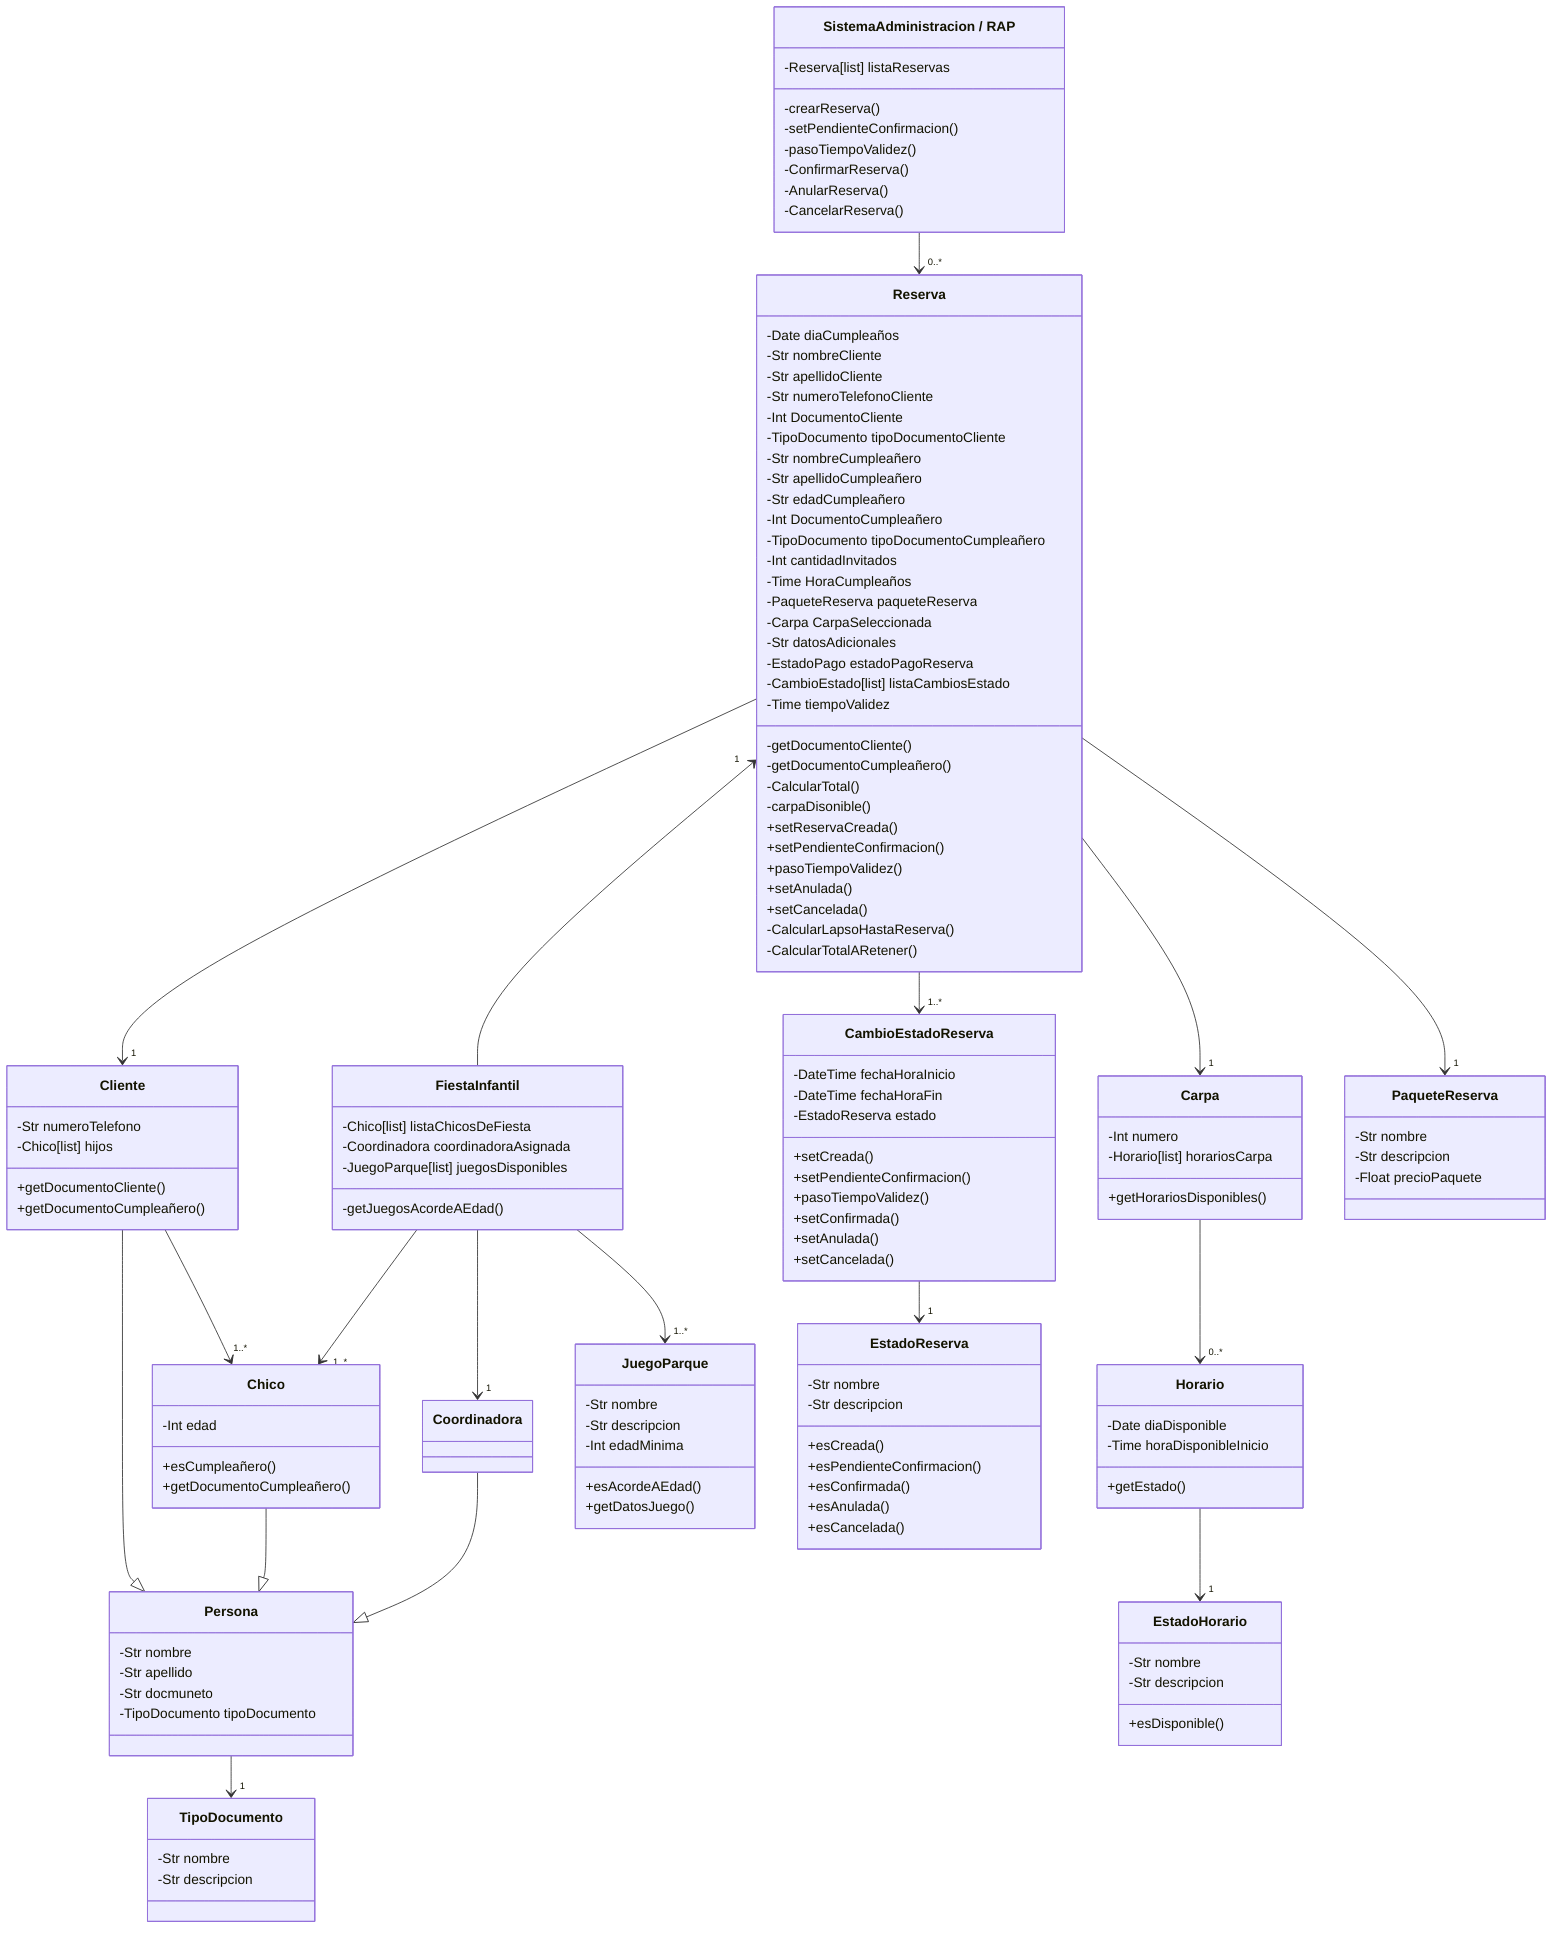
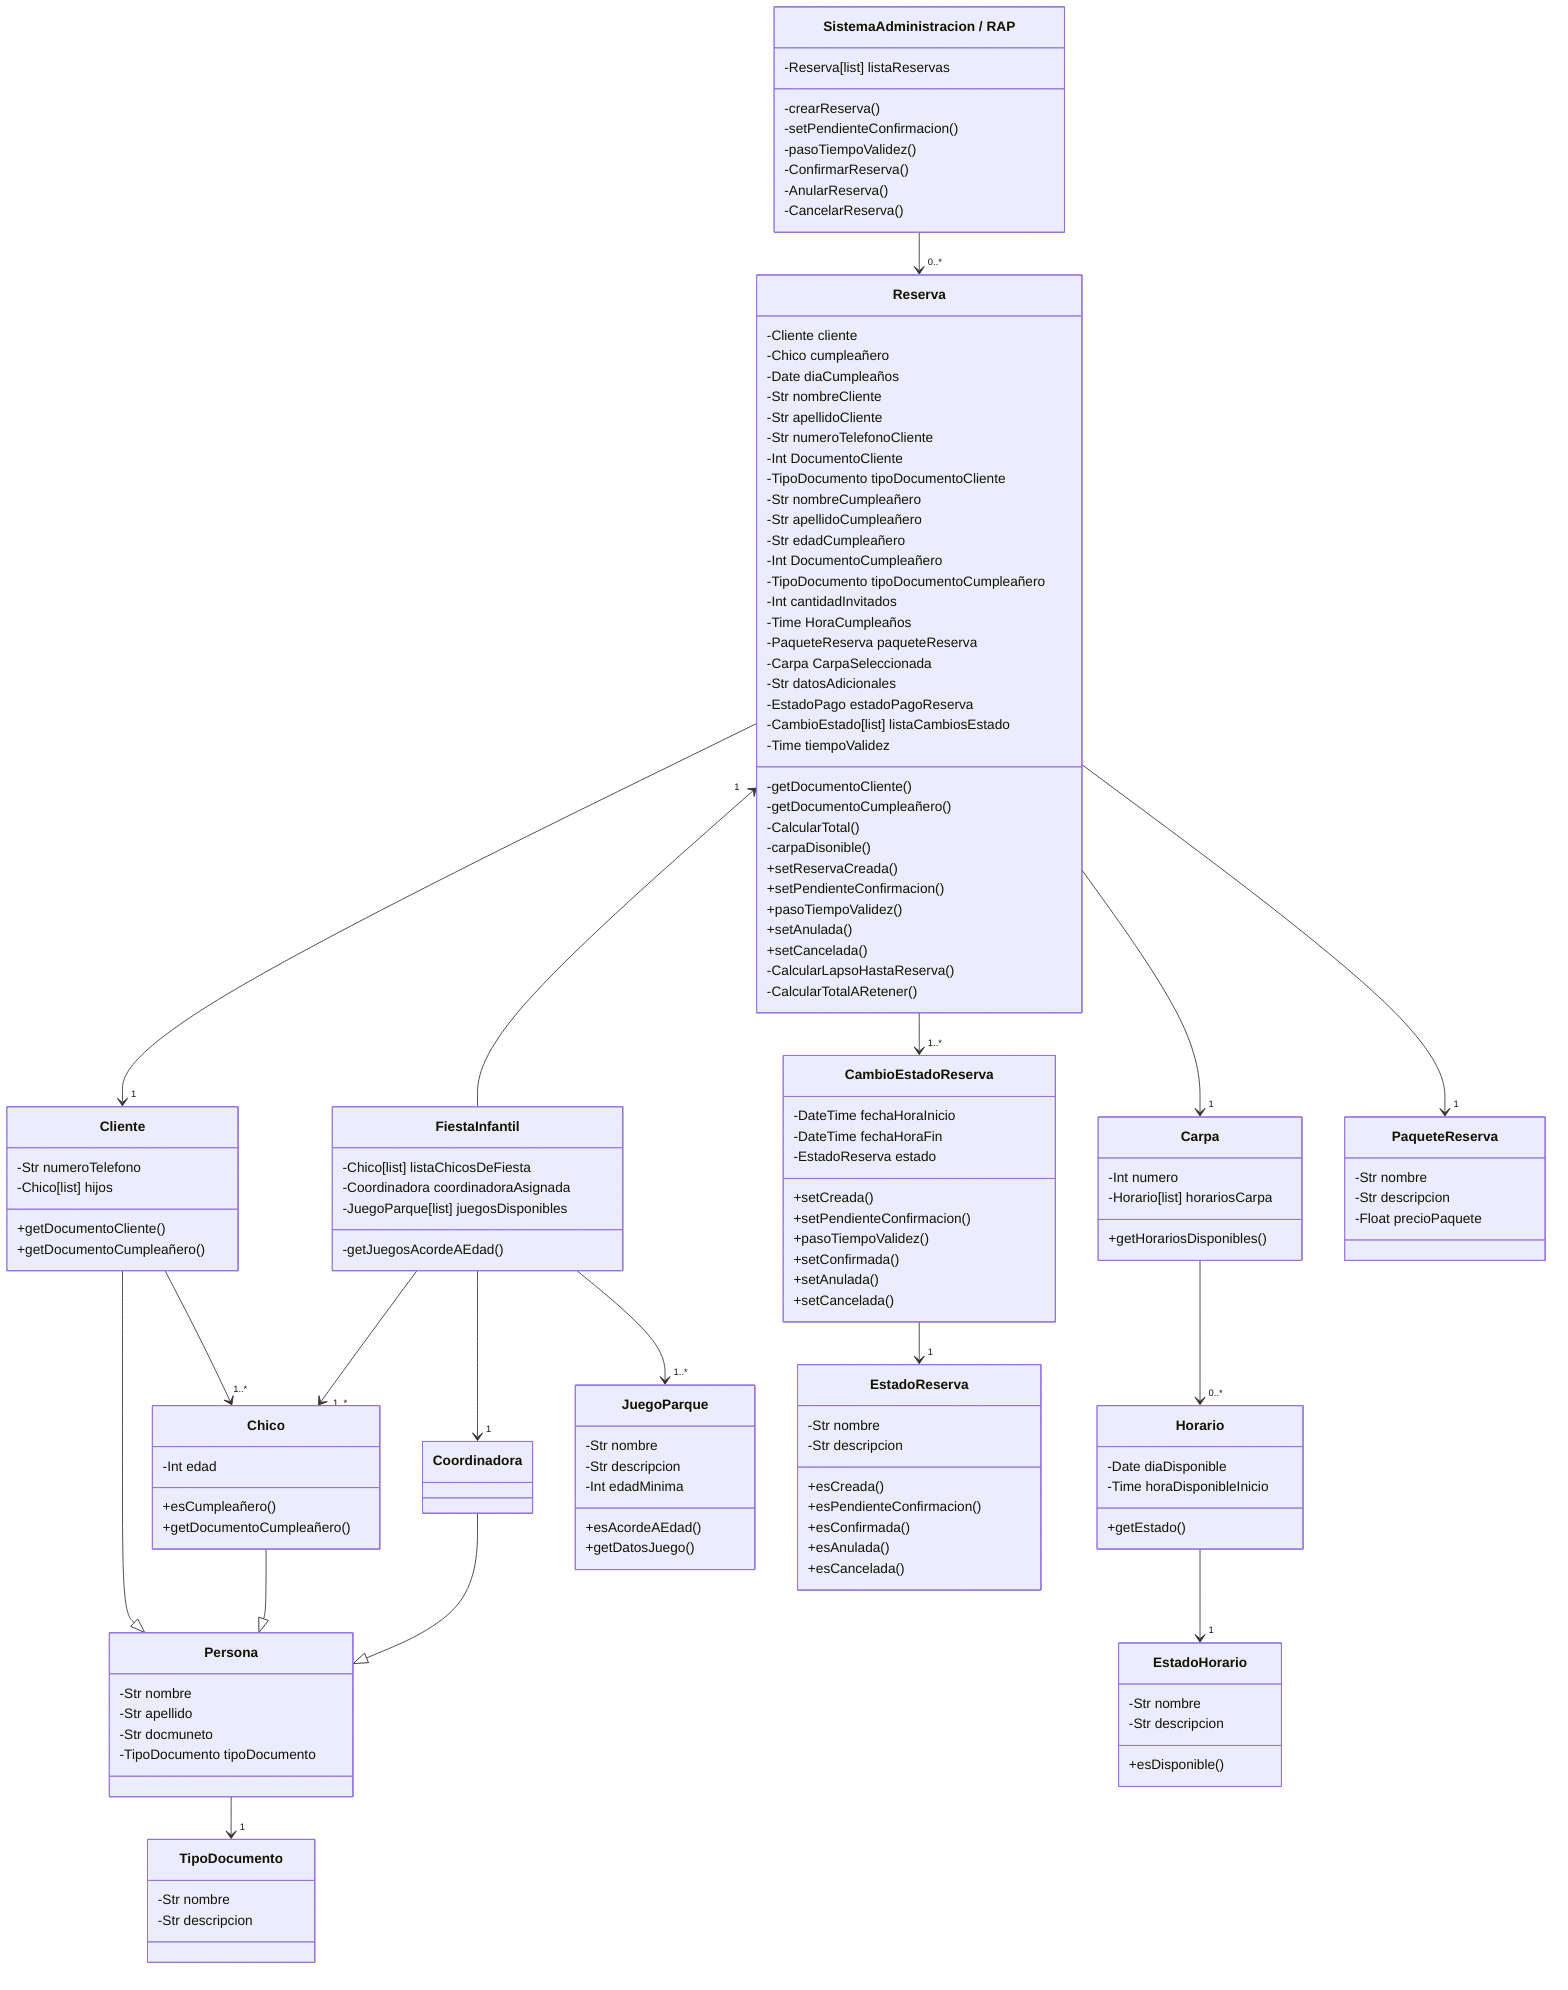
classDiagram

    Reserva -->"1" Cliente
    SistemaAdministracion -->"0..*" Reserva
    Cliente --|> Persona
    Cliente -->"1..*" Chico
    Reserva "1"<--FiestaInfantil
    Reserva -->"1..*" CambioEstadoReserva
    CambioEstadoReserva -->"1" EstadoReserva
    FiestaInfantil -->"1..*" Chico
    FiestaInfantil -->"1" Coordinadora
    FiestaInfantil -->"1..*" JuegoParque
    Coordinadora --|> Persona
    Reserva -->"1" Carpa
    Carpa -->"0..*" Horario
    Horario -->"1" EstadoHorario
    Persona -->"1" TipoDocumento
    Chico --|> Persona
    Reserva -->"1" PaqueteReserva
    Administrador

    class Reserva {
+         -Cliente cliente
+         -Chico cumpleañero
        -Date diaCumpleaños
        -Str nombreCliente
        -Str apellidoCliente
        -Str numeroTelefonoCliente
        -Int DocumentoCliente
        -TipoDocumento tipoDocumentoCliente
        -Str nombreCumpleañero
        -Str apellidoCumpleañero
        -Str edadCumpleañero
        -Int DocumentoCumpleañero
        -TipoDocumento tipoDocumentoCumpleañero
        -Int cantidadInvitados
        -Time HoraCumpleaños
        -PaqueteReserva paqueteReserva
        -Carpa CarpaSeleccionada
        -Str datosAdicionales
        -EstadoPago estadoPagoReserva
        -CambioEstado[list] listaCambiosEstado
        -Time tiempoValidez
        -getDocumentoCliente()
        -getDocumentoCumpleañero()
        -CalcularTotal()
        -carpaDisonible()
        +setReservaCreada()
        +setPendienteConfirmacion()
        +pasoTiempoValidez()
        +setAnulada()
        +setCancelada()
        -CalcularLapsoHastaReserva()
        -CalcularTotalARetener()
    }
    class Cliente {
        -Str numeroTelefono
        -Chico[list] hijos

        +getDocumentoCliente()
        +getDocumentoCumpleañero()
    }
    class Persona {
        -Str nombre
        -Str apellido
        -Str docmuneto
        -TipoDocumento tipoDocumento
    }
    class Carpa{
        -Int numero
        -Horario[list] horariosCarpa
        +getHorariosDisponibles()
    }
    class Horario {
        -Date diaDisponible
        -Time horaDisponibleInicio
        +getEstado()
    }
    class EstadoHorario {
        -Str nombre
        -Str descripcion
        +esDisponible()
    }

    class CambioEstadoReserva {
        -DateTime fechaHoraInicio
        -DateTime fechaHoraFin
        -EstadoReserva estado
        +setCreada()
        +setPendienteConfirmacion()
        +pasoTiempoValidez()
        +setConfirmada()
        +setAnulada()
        +setCancelada()
    }

    class EstadoReserva {
        -Str nombre
        -Str descripcion
        +esCreada()
        +esPendienteConfirmacion()
        +esConfirmada()
        +esAnulada()
        +esCancelada()
    }
    class PaqueteReserva {
        -Str nombre
        -Str descripcion
        -Float precioPaquete
    }
    class TipoDocumento {
        -Str nombre
        -Str descripcion
    }
    class FiestaInfantil {
        -Chico[list] listaChicosDeFiesta
        -Coordinadora coordinadoraAsignada
        -JuegoParque[list] juegosDisponibles
        -getJuegosAcordeAEdad()
    }
    class Chico {
        -Int edad
        +esCumpleañero()
        +getDocumentoCumpleañero()
    }
    class SistemaAdministracion["SistemaAdministracion / RAP"] {
        -Reserva[list] listaReservas
        -crearReserva()
        -setPendienteConfirmacion()
        -pasoTiempoValidez()
        -ConfirmarReserva()
        -AnularReserva()
        -CancelarReserva()
    }

    class Coordinadora

    class JuegoParque {
        -Str nombre
        -Str descripcion
        -Int edadMinima
        +esAcordeAEdad()
        +getDatosJuego()
    }